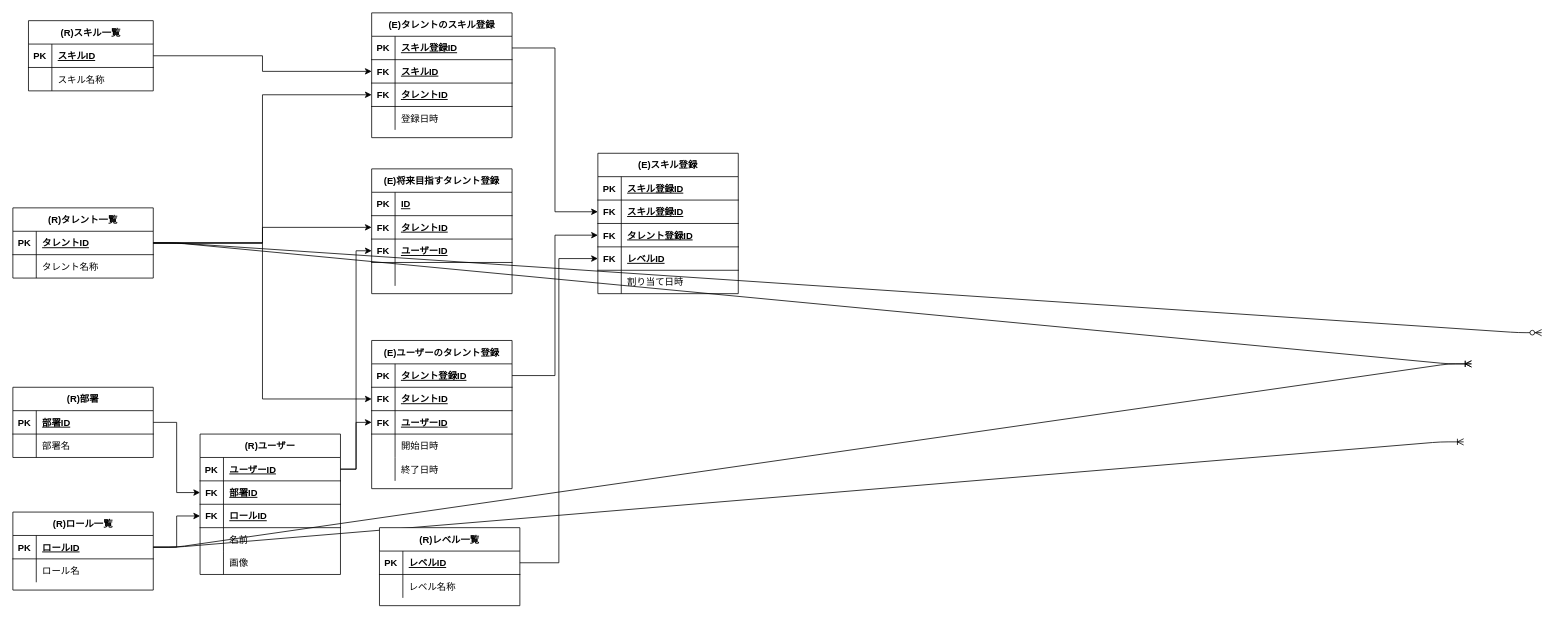
The draw.io diagram Untitled Diagram.drawio in ryos321/erd, before the edit. Source tidied: cells renumbered, new cells numbered last; positions are measured from the earlier drawing's top-left corner, leaving out a move shared by most shapes. Both pictures are drawn from the tidied source at 78%, with x=0, y=0 at pixel (12, 12).
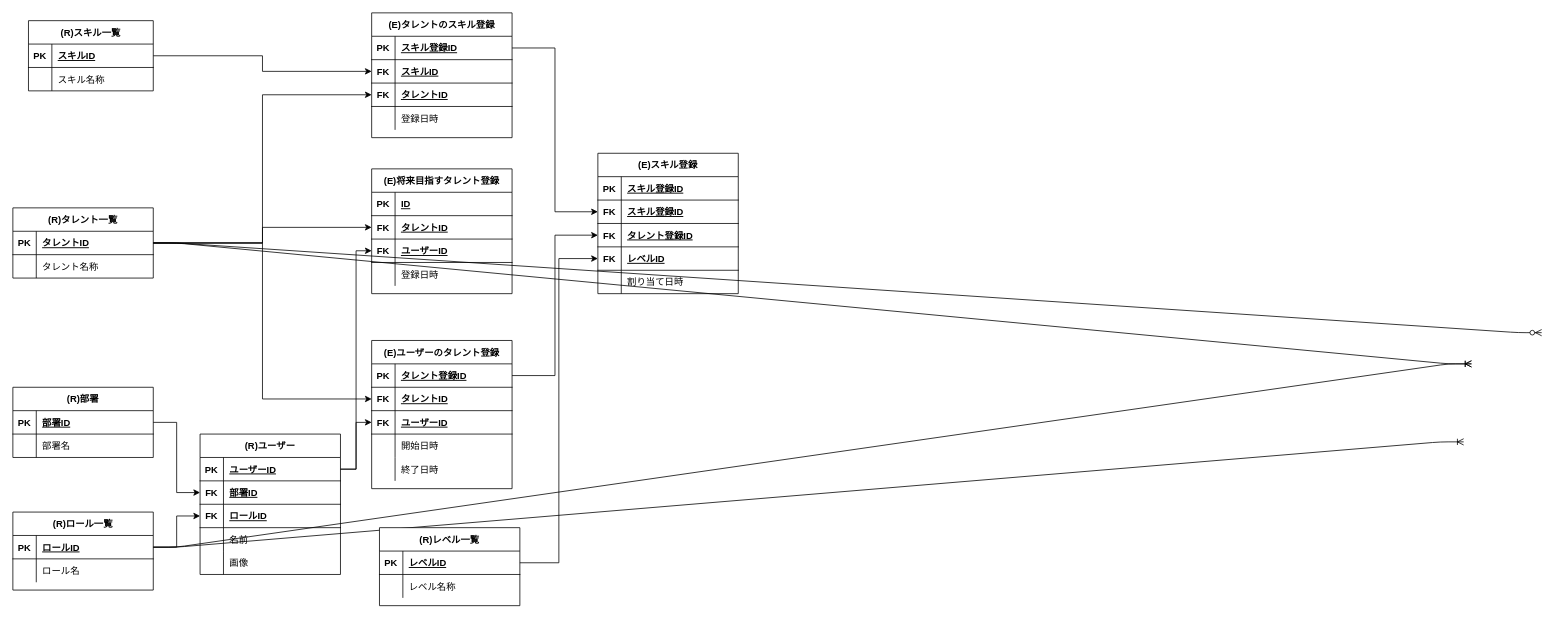
The same diagram, later.

The change refers to these unchanged cells:
```xml
<mxCell id="57" style="shape=partialRectangle;fillColor=none;top=0;left=0;bottom=0;right=0;" parent="47" vertex="1">
  <mxGeometry y="120" width="180" height="30" as="geometry" />
</mxCell>
```

Diff of the diagram source:
```diff
@@
-    <mxCell id="59" style="shape=partialRectangle;fillColor=none;top=0;left=0;bottom=0;right=0;align=left;spacingLeft=6;overflow=hidden;" parent="57" vertex="1">
+    <mxCell id="59" value="登録日時" style="shape=partialRectangle;fillColor=none;top=0;left=0;bottom=0;right=0;align=left;spacingLeft=6;overflow=hidden;" parent="57" vertex="1">
       <mxGeometry x="30" width="150" height="30" as="geometry" />
     </mxCell>
```
